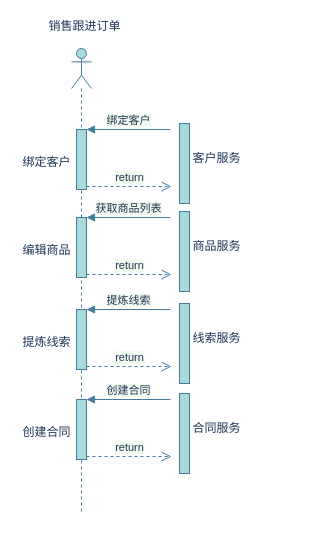
Before: 鹊桥应用时序图.drawio in zhaoershuang/flow-chart, a draw.io diagram. Source tidied: cells renumbered, new cells numbered last; positions are measured from the earlier drawing's top-left corner, leaving out a move shared by most shapes. Both pictures are drawn from the tidied source at 100%, with x=0, y=0 at pixel (17, 17).
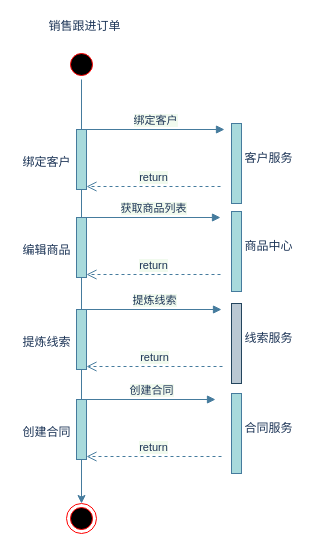
After the change.

Commit message:
更新鹊桥应用时序图.drawio

Unchanged cells that the change refers to:
```xml
<mxCell id="4" style="html=1;points=[];perimeter=orthogonalPerimeter;rounded=0;sketch=0;fillColor=#A8DADC;strokeColor=#457B9D;fontColor=#1D3557;" parent="1" vertex="1">
  <mxGeometry x="59" y="112" width="10" height="60" as="geometry" />
</mxCell>
<mxCell id="10" style="html=1;points=[];perimeter=orthogonalPerimeter;rounded=0;sketch=0;fillColor=#A8DADC;strokeColor=#457B9D;fontColor=#1D3557;" parent="1" vertex="1">
  <mxGeometry x="59" y="200" width="10" height="60" as="geometry" />
</mxCell>
<mxCell id="16" style="html=1;points=[];perimeter=orthogonalPerimeter;rounded=0;sketch=0;fillColor=#A8DADC;strokeColor=#457B9D;fontColor=#1D3557;" parent="1" vertex="1">
  <mxGeometry x="59" y="292" width="10" height="60" as="geometry" />
</mxCell>
<mxCell id="22" style="html=1;points=[];perimeter=orthogonalPerimeter;rounded=0;sketch=0;fillColor=#A8DADC;strokeColor=#457B9D;fontColor=#1D3557;" parent="1" vertex="1">
  <mxGeometry x="59" y="382" width="10" height="60" as="geometry" />
</mxCell>
```

What changed in the source:
```diff
@@
-    <mxCell id="2" style="shape=umlLifeline;participant=umlActor;perimeter=lifelinePerimeter;whiteSpace=wrap;html=1;verticalAlign=top;spacingTop=36;rounded=0;sketch=0;fillColor=#A8DADC;strokeColor=#457B9D;fontColor=#1D3557;" parent="1" vertex="1">
-      <mxGeometry x="54" y="31" width="20" height="464" as="geometry" />
-    </mxCell>
@@
+    <mxCell id="28" style="edgeStyle=orthogonalEdgeStyle;curved=0;rounded=1;sketch=0;jettySize=auto;html=1;strokeColor=#457B9D;fillColor=#A8DADC;fontColor=#1D3557;entryX=0.5;entryY=0;entryDx=0;entryDy=0;" parent="1" edge="1" source="30" target="29">
+      <mxGeometry relative="1" as="geometry" />
+    </mxCell>
@@
-    <mxCell id="5" value="绑定客户" style="html=1;verticalAlign=bottom;endArrow=block;entryX=1;entryY=0;strokeColor=#457B9D;fontColor=#1D3557;labelBackgroundColor=#F1FAEE;" parent="1" edge="1" target="4">
+    <mxCell id="5" value="绑定客户" style="html=1;verticalAlign=bottom;endArrow=block;entryX=1;entryY=0;strokeColor=#457B9D;fontColor=#1D3557;labelBackgroundColor=#F1FAEE;exitX=1;exitY=0;exitDx=0;exitDy=0;" parent="1" edge="1" source="4">
       <mxGeometry relative="1" as="geometry">
-        <mxPoint x="153" y="112" as="sourcePoint" />
+        <mxPoint x="207" y="112" as="targetPoint" />
       </mxGeometry>
     </mxCell>
-    <mxCell id="6" value="return" style="html=1;verticalAlign=bottom;endArrow=open;dashed=1;endSize=8;exitX=1;exitY=0.95;strokeColor=#457B9D;fontColor=#1D3557;labelBackgroundColor=#F1FAEE;" parent="1" edge="1" source="4">
+    <mxCell id="6" value="return" style="html=1;verticalAlign=bottom;endArrow=open;dashed=1;endSize=8;exitX=1;exitY=0.95;strokeColor=#457B9D;fontColor=#1D3557;labelBackgroundColor=#F1FAEE;entryX=1;entryY=0.95;entryDx=0;entryDy=0;" parent="1" edge="1" target="4">
       <mxGeometry relative="1" as="geometry">
-        <mxPoint x="154" y="169" as="targetPoint" />
+        <mxPoint x="203" y="169" as="sourcePoint" />
       </mxGeometry>
     </mxCell>
     <mxCell id="7" style="html=1;perimeter=orthogonalPerimeter;rounded=0;sketch=0;fillColor=#A8DADC;strokeColor=#457B9D;fontColor=#1D3557;" parent="1" vertex="1">
-      <mxGeometry x="162" y="106" width="10" height="80" as="geometry" />
+      <mxGeometry x="214" y="106" width="10" height="80" as="geometry" />
     </mxCell>
@@
     <mxCell id="9" value="客户服务" style="text;html=1;align=center;verticalAlign=middle;fontColor=#1D3557;" parent="1" vertex="1">
-      <mxGeometry x="170" y="132" width="58" height="18" as="geometry" />
+      <mxGeometry x="222" y="132" width="58" height="18" as="geometry" />
     </mxCell>
@@
-    <mxCell id="11" value="获取商品列表" style="html=1;verticalAlign=bottom;endArrow=block;entryX=1;entryY=0;strokeColor=#457B9D;fontColor=#1D3557;labelBackgroundColor=#F1FAEE;" parent="1" edge="1" target="10">
+    <mxCell id="11" value="获取商品列表" style="html=1;verticalAlign=bottom;endArrow=block;entryX=1;entryY=0;strokeColor=#457B9D;fontColor=#1D3557;labelBackgroundColor=#F1FAEE;exitX=1;exitY=0;exitDx=0;exitDy=0;" parent="1" edge="1" source="10">
       <mxGeometry relative="1" as="geometry">
-        <mxPoint x="153" y="200" as="sourcePoint" />
+        <mxPoint x="203" y="200" as="targetPoint" />
       </mxGeometry>
     </mxCell>
-    <mxCell id="12" value="return" style="html=1;verticalAlign=bottom;endArrow=open;dashed=1;endSize=8;exitX=1;exitY=0.95;strokeColor=#457B9D;fontColor=#1D3557;labelBackgroundColor=#F1FAEE;" parent="1" edge="1" source="10">
+    <mxCell id="12" value="return" style="html=1;verticalAlign=bottom;endArrow=open;dashed=1;endSize=8;exitX=1;exitY=0.95;strokeColor=#457B9D;fontColor=#1D3557;labelBackgroundColor=#F1FAEE;entryX=1;entryY=0.95;entryDx=0;entryDy=0;" parent="1" edge="1" target="10">
       <mxGeometry relative="1" as="geometry">
-        <mxPoint x="154" y="257" as="targetPoint" />
+        <mxPoint x="203" y="257" as="sourcePoint" />
       </mxGeometry>
     </mxCell>
     <mxCell id="13" style="html=1;perimeter=orthogonalPerimeter;rounded=0;sketch=0;fillColor=#A8DADC;strokeColor=#457B9D;fontColor=#1D3557;" parent="1" vertex="1">
-      <mxGeometry x="162" y="194" width="10" height="80" as="geometry" />
+      <mxGeometry x="214" y="194" width="10" height="80" as="geometry" />
     </mxCell>
@@
-    <mxCell id="15" value="商品服务" style="text;html=1;align=center;verticalAlign=middle;fontColor=#1D3557;" parent="1" vertex="1">
-      <mxGeometry x="170" y="220" width="58" height="18" as="geometry" />
+    <mxCell id="15" value="商品中心" style="text;html=1;align=center;verticalAlign=middle;fontColor=#1D3557;" parent="1" vertex="1">
+      <mxGeometry x="222" y="220" width="58" height="18" as="geometry" />
     </mxCell>
@@
-    <mxCell id="17" value="提炼线索" style="html=1;verticalAlign=bottom;endArrow=block;entryX=1;entryY=0;strokeColor=#457B9D;fontColor=#1D3557;labelBackgroundColor=#F1FAEE;" parent="1" edge="1" target="16">
+    <mxCell id="17" value="提炼线索" style="html=1;verticalAlign=bottom;endArrow=block;entryX=1;entryY=0;strokeColor=#457B9D;fontColor=#1D3557;labelBackgroundColor=#F1FAEE;exitX=1;exitY=0;exitDx=0;exitDy=0;" parent="1" edge="1" source="16">
       <mxGeometry relative="1" as="geometry">
-        <mxPoint x="153" y="292" as="sourcePoint" />
+        <mxPoint x="204" y="292" as="targetPoint" />
       </mxGeometry>
     </mxCell>
-    <mxCell id="18" value="return" style="html=1;verticalAlign=bottom;endArrow=open;dashed=1;endSize=8;exitX=1;exitY=0.95;strokeColor=#457B9D;fontColor=#1D3557;labelBackgroundColor=#F1FAEE;" parent="1" edge="1" source="16">
+    <mxCell id="18" value="return" style="html=1;verticalAlign=bottom;endArrow=open;dashed=1;endSize=8;exitX=1;exitY=0.95;strokeColor=#457B9D;fontColor=#1D3557;labelBackgroundColor=#F1FAEE;entryX=1;entryY=0.95;entryDx=0;entryDy=0;" parent="1" edge="1" target="16">
       <mxGeometry relative="1" as="geometry">
-        <mxPoint x="154" y="349" as="targetPoint" />
+        <mxPoint x="205" y="349" as="sourcePoint" />
       </mxGeometry>
     </mxCell>
-    <mxCell id="19" style="html=1;perimeter=orthogonalPerimeter;rounded=0;sketch=0;fillColor=#A8DADC;strokeColor=#457B9D;fontColor=#1D3557;" parent="1" vertex="1">
-      <mxGeometry x="162" y="286" width="10" height="80" as="geometry" />
+    <mxCell id="19" style="html=1;perimeter=orthogonalPerimeter;rounded=0;sketch=0;fillColor=#bac8d3;strokeColor=#23445d;" parent="1" vertex="1">
+      <mxGeometry x="214" y="286" width="10" height="80" as="geometry" />
     </mxCell>
@@
     <mxCell id="21" value="线索服务" style="text;html=1;align=center;verticalAlign=middle;fontColor=#1D3557;" parent="1" vertex="1">
-      <mxGeometry x="170" y="312" width="58" height="18" as="geometry" />
+      <mxGeometry x="222" y="312" width="58" height="18" as="geometry" />
     </mxCell>
@@
-    <mxCell id="23" value="创建合同" style="html=1;verticalAlign=bottom;endArrow=block;entryX=1;entryY=0;strokeColor=#457B9D;fontColor=#1D3557;labelBackgroundColor=#F1FAEE;" parent="1" edge="1" target="22">
+    <mxCell id="23" value="创建合同" style="html=1;verticalAlign=bottom;endArrow=block;entryX=1;entryY=0;strokeColor=#457B9D;fontColor=#1D3557;labelBackgroundColor=#F1FAEE;exitX=1;exitY=0;exitDx=0;exitDy=0;" parent="1" edge="1" source="22">
       <mxGeometry relative="1" as="geometry">
-        <mxPoint x="153" y="382" as="sourcePoint" />
+        <mxPoint x="198" y="382" as="targetPoint" />
       </mxGeometry>
     </mxCell>
-    <mxCell id="24" value="return" style="html=1;verticalAlign=bottom;endArrow=open;dashed=1;endSize=8;exitX=1;exitY=0.95;strokeColor=#457B9D;fontColor=#1D3557;labelBackgroundColor=#F1FAEE;" parent="1" edge="1" source="22">
+    <mxCell id="24" value="return" style="html=1;verticalAlign=bottom;endArrow=open;dashed=1;endSize=8;exitX=1;exitY=0.95;strokeColor=#457B9D;fontColor=#1D3557;labelBackgroundColor=#F1FAEE;entryX=1;entryY=0.95;entryDx=0;entryDy=0;" parent="1" edge="1" target="22">
       <mxGeometry relative="1" as="geometry">
-        <mxPoint x="154" y="439" as="targetPoint" />
+        <mxPoint x="204" y="439" as="sourcePoint" />
       </mxGeometry>
     </mxCell>
     <mxCell id="25" style="html=1;perimeter=orthogonalPerimeter;rounded=0;sketch=0;fillColor=#A8DADC;strokeColor=#457B9D;fontColor=#1D3557;" parent="1" vertex="1">
-      <mxGeometry x="162" y="376" width="10" height="80" as="geometry" />
+      <mxGeometry x="214" y="376" width="10" height="80" as="geometry" />
     </mxCell>
@@
     <mxCell id="27" value="合同服务" style="text;html=1;align=center;verticalAlign=middle;fontColor=#1D3557;" parent="1" vertex="1">
-      <mxGeometry x="170" y="402" width="58" height="18" as="geometry" />
+      <mxGeometry x="222" y="402" width="58" height="18" as="geometry" />
     </mxCell>
+    <mxCell id="29" style="ellipse;html=1;shape=endState;fillColor=#000000;strokeColor=#ff0000;rounded=0;sketch=0;fontColor=#1D3557;" parent="1" vertex="1">
+      <mxGeometry x="49" y="486" width="30" height="30" as="geometry" />
+    </mxCell>
+    <mxCell id="30" style="ellipse;html=1;shape=startState;fillColor=#000000;strokeColor=#ff0000;rounded=0;sketch=0;fontColor=#1D3557;" parent="1" vertex="1">
+      <mxGeometry x="49" y="32" width="30" height="30" as="geometry" />
+    </mxCell>
```
